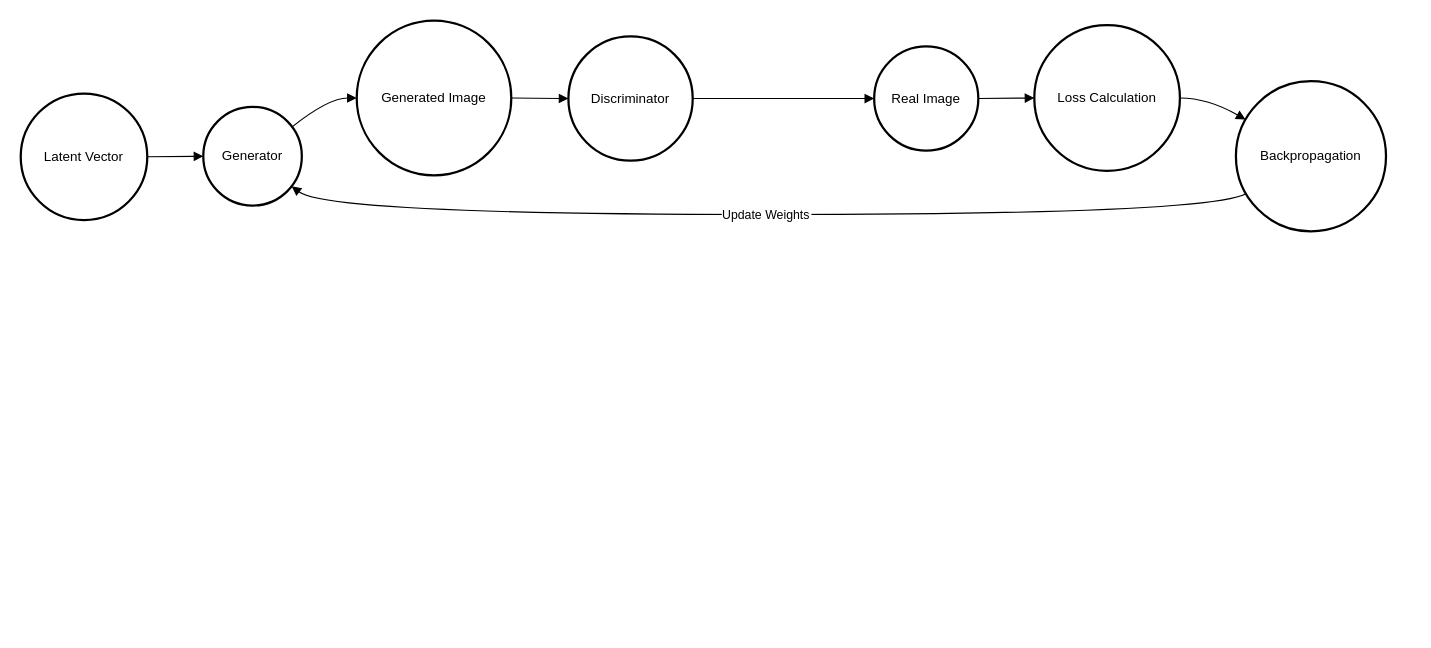
Before: Untitled Diagram.drawio in maycarlos/genome_assembly, a draw.io diagram. Source tidied: cells renumbered, new cells numbered last; positions are measured from the earlier drawing's top-left corner, leaving out a move shared by most shapes. Both pictures are drawn from the tidied source at 112%, with x=0, y=0 at pixel (20, 20).
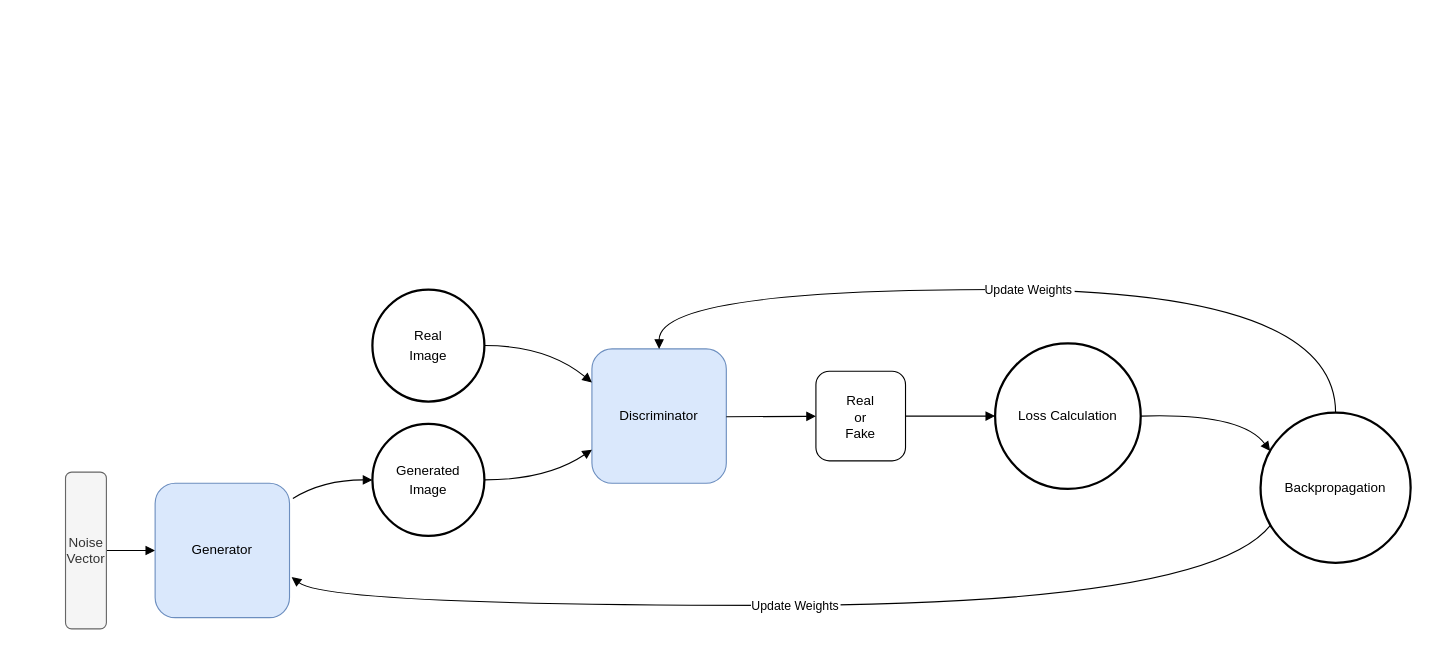
Above is the later version.

Commit message:
GAN Diagram

What changed in the source:
```diff
@@
-    <mxCell id="2" value="Latent Vector" style="ellipse;strokeWidth=2;whiteSpace=wrap;" parent="1" vertex="1">
-      <mxGeometry y="65" width="113" height="113" as="geometry" />
-    </mxCell>
-    <mxCell id="3" value="Generator" style="ellipse;strokeWidth=2;whiteSpace=wrap;" parent="1" vertex="1">
-      <mxGeometry x="163" y="77" width="88" height="88" as="geometry" />
-    </mxCell>
-    <mxCell id="4" value="Generated Image" style="ellipse;strokeWidth=2;whiteSpace=wrap;" parent="1" vertex="1">
-      <mxGeometry x="300" width="138" height="138" as="geometry" />
+    <mxCell id="4" value="&lt;p style=&quot;line-height: 70%;&quot;&gt;Generated &lt;br&gt;&lt;br&gt;Image&lt;/p&gt;" style="ellipse;strokeWidth=2;whiteSpace=wrap;html=1;spacing=0;rounded=1;" parent="1" vertex="1">
+      <mxGeometry x="314" y="360" width="100" height="100" as="geometry" />
     </mxCell>
-    <mxCell id="5" value="Discriminator" style="ellipse;strokeWidth=2;whiteSpace=wrap;" parent="1" vertex="1">
-      <mxGeometry x="489" y="14" width="111" height="111" as="geometry" />
-    </mxCell>
-    <mxCell id="6" value="Real Image" style="ellipse;strokeWidth=2;whiteSpace=wrap;" parent="1" vertex="1">
-      <mxGeometry x="762" y="23" width="93" height="93" as="geometry" />
-    </mxCell>
-    <mxCell id="7" value="Loss Calculation" style="ellipse;strokeWidth=2;whiteSpace=wrap;" parent="1" vertex="1">
-      <mxGeometry x="905" y="4" width="130" height="130" as="geometry" />
+    <mxCell id="7" value="Loss Calculation" style="ellipse;strokeWidth=2;whiteSpace=wrap;rounded=1;" parent="1" vertex="1">
+      <mxGeometry x="870" y="288" width="130" height="130" as="geometry" />
     </mxCell>
-    <mxCell id="8" value="Backpropagation" style="ellipse;strokeWidth=2;whiteSpace=wrap;" parent="1" vertex="1">
-      <mxGeometry x="1085" y="54" width="134" height="134" as="geometry" />
+    <mxCell id="8" value="Backpropagation" style="ellipse;strokeWidth=2;whiteSpace=wrap;rounded=1;" parent="1" vertex="1">
+      <mxGeometry x="1107" y="350" width="134" height="134" as="geometry" />
     </mxCell>
-    <mxCell id="9" style="curved=1;startArrow=none;endArrow=block;exitX=0.9970501249870368;exitY=0.4980088630608753;entryX=-0.0037879076871004972;entryY=0.5031250173395331;" parent="1" edge="1" source="2" target="3">
+    <mxCell id="9" style="curved=1;startArrow=none;endArrow=block;exitX=1;exitY=0.5;entryX=0;entryY=0.5;exitDx=0;exitDy=0;entryDx=0;entryDy=0;rounded=1;" parent="1" edge="1" source="16" target="3">
       <mxGeometry relative="1" as="geometry" />
     </mxCell>
-    <mxCell id="10" style="curved=1;startArrow=none;endArrow=block;exitX=0.9939393997192383;exitY=0.12596044783229585;entryX=0.003381646197775136;entryY=0.5013285097868546;" parent="1" edge="1" source="3" target="4">
+    <mxCell id="10" style="curved=1;startArrow=none;endArrow=block;exitX=1.025;exitY=0.113;entryX=0.003381646197775136;entryY=0.5013285097868546;exitDx=0;exitDy=0;exitPerimeter=0;rounded=1;" parent="1" edge="1" source="3" target="4">
       <mxGeometry relative="1" as="geometry">
         <Array as="points">
-          <mxPoint x="275" y="69" />
+          <mxPoint x="270" y="410" />
         </Array>
       </mxGeometry>
     </mxCell>
-    <mxCell id="11" style="curved=1;startArrow=none;endArrow=block;exitX=1.0060386657714844;exitY=0.5013285097868546;entryX=-0.0015014785904068132;entryY=0.497147156311585;" parent="1" edge="1" source="4" target="5">
-      <mxGeometry relative="1" as="geometry" />
-    </mxCell>
-    <mxCell id="12" style="curved=1;startArrow=none;endArrow=block;exitX=0.9959459734392596;exitY=0.497147156311585;entryX=-0.0012544201266381047;entryY=0.49659499301705307;" parent="1" edge="1" source="5" target="6">
-      <mxGeometry relative="1" as="geometry" />
+    <mxCell id="12" style="curved=1;startArrow=none;endArrow=block;exitX=1;exitY=0.505;exitDx=0;exitDy=0;exitPerimeter=0;rounded=1;" parent="1" edge="1" source="20">
+      <mxGeometry relative="1" as="geometry">
+        <mxPoint x="762" y="354" as="targetPoint" />
+      </mxGeometry>
     </mxCell>
-    <mxCell id="13" style="curved=1;startArrow=none;endArrow=block;exitX=1.0012545021631385;exitY=0.49659499301705307;entryX=0.0008974515474759615;entryY=0.5014102642352765;" parent="1" edge="1" source="6" target="7">
+    <mxCell id="13" style="curved=1;startArrow=none;endArrow=block;exitX=1;exitY=0.5;entryX=0.0008974515474759615;entryY=0.5014102642352765;exitDx=0;exitDy=0;rounded=1;" parent="1" edge="1" source="20" target="7">
       <mxGeometry relative="1" as="geometry" />
     </mxCell>
-    <mxCell id="14" style="curved=1;startArrow=none;endArrow=block;exitX=1.0023077157827525;exitY=0.5014102642352765;entryX=0.0022388287444612873;entryY=0.2188593199797392;" parent="1" edge="1" source="7" target="8">
+    <mxCell id="14" style="curved=1;startArrow=none;endArrow=block;exitX=1.0023077157827525;exitY=0.5014102642352765;entryX=0.0022388287444612873;entryY=0.2188593199797392;rounded=1;" parent="1" edge="1" source="7" target="8">
       <mxGeometry relative="1" as="geometry">
         <Array as="points">
-          <mxPoint x="1060" y="69" />
+          <mxPoint x="1090" y="350" />
         </Array>
       </mxGeometry>
     </mxCell>
-    <mxCell id="15" value="Update Weights" style="curved=1;startArrow=none;endArrow=block;exitX=0.0022388287444612873;exitY=0.7852451804065131;entryX=0.9939393997192383;entryY=0.8802895868467702;" parent="1" edge="1" source="8" target="3">
+    <mxCell id="15" value="Update Weights" style="curved=1;startArrow=none;endArrow=block;exitX=0.0022388287444612873;exitY=0.7852451804065131;entryX=0.9939393997192383;entryY=0.8802895868467702;rounded=1;" parent="1" edge="1" source="8">
       <mxGeometry relative="1" as="geometry">
+        <mxPoint x="241.9" y="496.8" as="targetPoint" />
         <Array as="points">
-          <mxPoint x="1060" y="173" />
-          <mxPoint x="275" y="173" />
+          <mxPoint x="1060" y="522" />
+          <mxPoint x="275" y="522" />
         </Array>
       </mxGeometry>
     </mxCell>
+    <mxCell id="16" value="&lt;div&gt;Noise&lt;/div&gt;&lt;div&gt;Vector&lt;br&gt;&lt;/div&gt;" style="rounded=1;whiteSpace=wrap;html=1;fillColor=#f5f5f5;fontColor=#333333;strokeColor=#666666;" parent="1" vertex="1">
+      <mxGeometry x="40" y="403" width="36.5" height="140" as="geometry" />
+    </mxCell>
+    <mxCell id="3" value="&lt;div&gt;Generator&lt;/div&gt;" style="whiteSpace=wrap;html=1;fillColor=#dae8fc;strokeColor=#6c8ebf;rounded=1;" parent="1" vertex="1">
+      <mxGeometry x="120" y="413" width="120" height="120" as="geometry" />
+    </mxCell>
+    <mxCell id="5" value="&lt;div&gt;Discriminator&lt;/div&gt;" style="whiteSpace=wrap;html=1;fillColor=#dae8fc;strokeColor=#6c8ebf;rounded=1;" parent="1" vertex="1">
+      <mxGeometry x="510" y="293" width="120" height="120" as="geometry" />
+    </mxCell>
+    <mxCell id="6" value="&lt;p style=&quot;line-height: 70%;&quot;&gt;Real&lt;br&gt;&lt;br&gt;Image&lt;/p&gt;" style="ellipse;strokeWidth=2;whiteSpace=wrap;html=1;spacing=0;rounded=1;" parent="1" vertex="1">
+      <mxGeometry x="314" y="240" width="100" height="100" as="geometry" />
+    </mxCell>
+    <mxCell id="17" style="curved=1;startArrow=none;endArrow=block;exitX=1;exitY=0.5;entryX=0;entryY=0.25;exitDx=0;exitDy=0;entryDx=0;entryDy=0;rounded=1;" parent="1" edge="1" source="6" target="5">
+      <mxGeometry relative="1" as="geometry">
+        <Array as="points">
+          <mxPoint x="470" y="290" />
+        </Array>
+      </mxGeometry>
+    </mxCell>
+    <mxCell id="11" style="curved=1;startArrow=none;endArrow=block;exitX=1;exitY=0.5;entryX=0;entryY=0.75;exitDx=0;exitDy=0;entryDx=0;entryDy=0;rounded=1;" parent="1" edge="1" source="4" target="5">
+      <mxGeometry relative="1" as="geometry">
+        <Array as="points">
+          <mxPoint x="470" y="410" />
+        </Array>
+      </mxGeometry>
+    </mxCell>
+    <mxCell id="18" value="Update Weights" style="curved=1;startArrow=none;endArrow=block;rounded=1;edgeStyle=orthogonalEdgeStyle;exitX=0.5;exitY=0;exitDx=0;exitDy=0;entryX=0.5;entryY=0;entryDx=0;entryDy=0;" parent="1" edge="1" source="8" target="5">
+      <mxGeometry relative="1" as="geometry">
+        <Array as="points">
+          <mxPoint x="1174" y="240" />
+          <mxPoint x="570" y="240" />
+        </Array>
+      </mxGeometry>
+    </mxCell>
+    <mxCell id="19" style="curved=1;startArrow=none;endArrow=block;exitX=1;exitY=0.505;exitDx=0;exitDy=0;exitPerimeter=0;rounded=1;" parent="1" edge="1" source="5" target="20">
+      <mxGeometry relative="1" as="geometry" />
+    </mxCell>
+    <mxCell id="20" value="&lt;div&gt;Real&lt;/div&gt;&lt;div&gt;or&lt;/div&gt;&lt;div&gt;Fake &lt;br&gt;&lt;/div&gt;&lt;div&gt;&lt;br&gt;&lt;/div&gt;" style="whiteSpace=wrap;html=1;verticalAlign=bottom;rounded=1;" parent="1" vertex="1">
+      <mxGeometry x="710" y="313" width="80" height="80" as="geometry" />
+    </mxCell>
```
